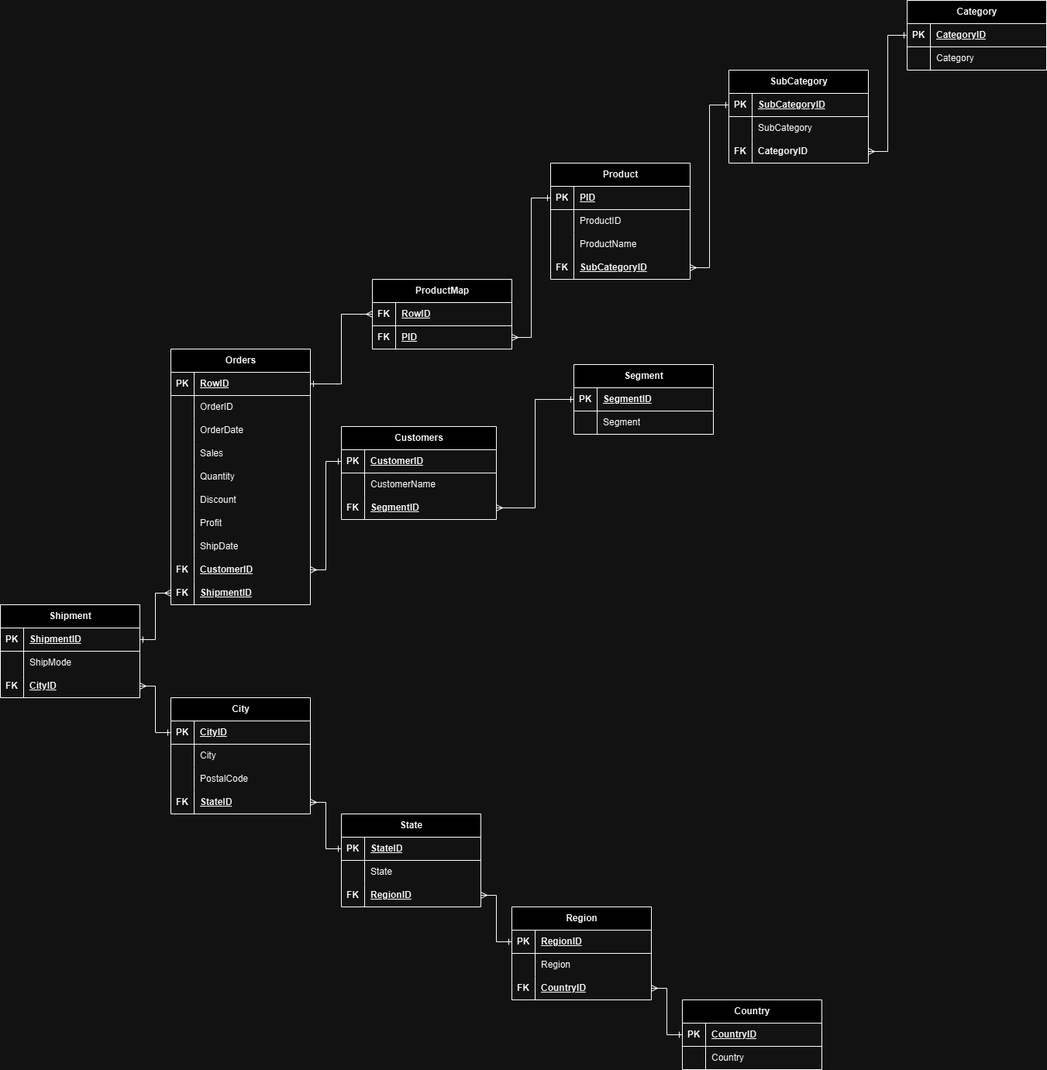
The-DigitalAcademy/superstore_dataset_analysis keeps this draw.io diagram as superstore_erd.png. Above is the earlier version. Source tidied: cells renumbered, new cells last; positions are measured from the earlier drawing's top-left corner, leaving out a move shared by most shapes.
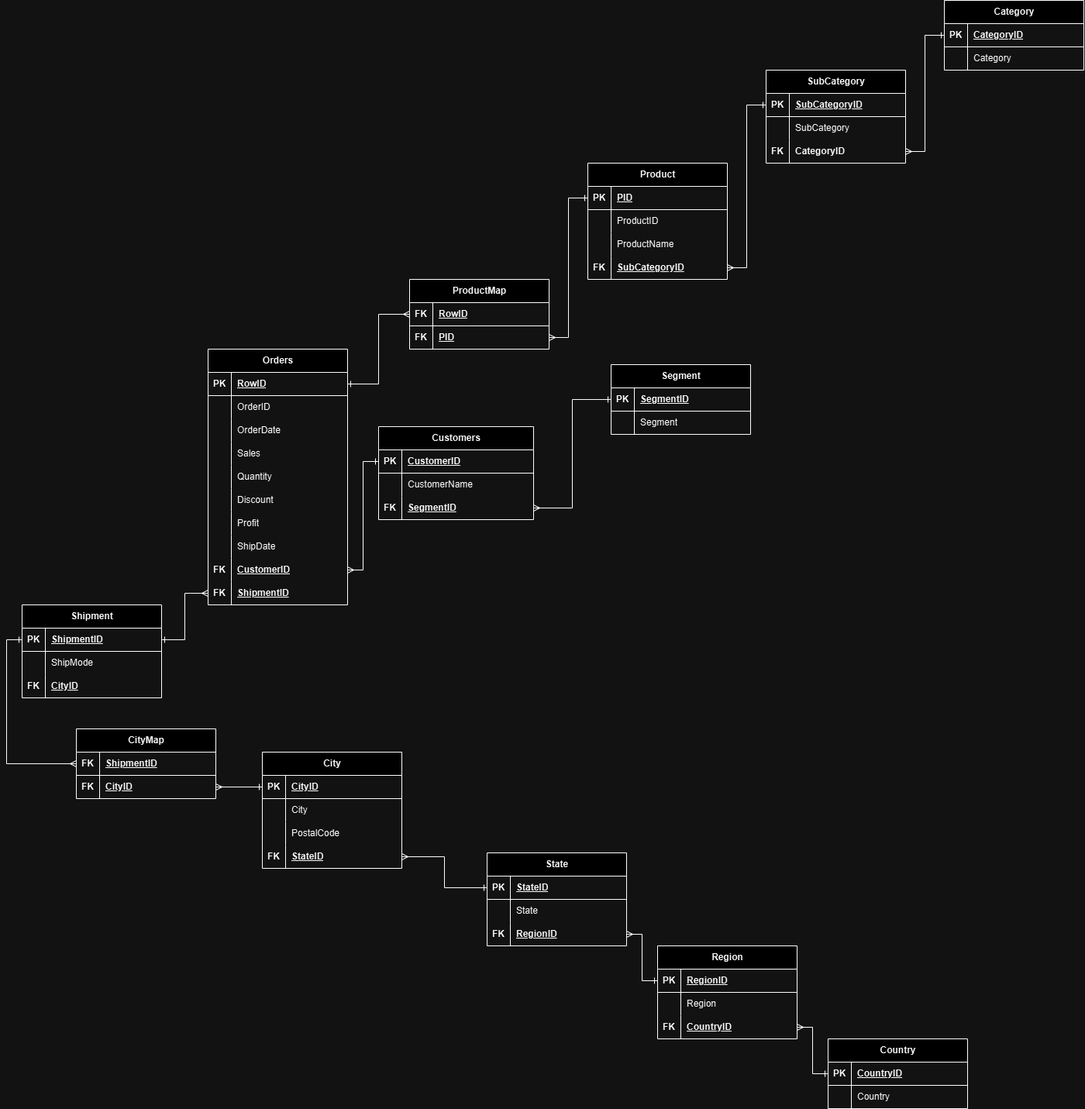
After the change.

The edit, as a diff of the source:
```diff
@@ -165,7 +165,7 @@
       <mxGeometry x="30" width="150" height="30" as="geometry" />
     </mxCell>
     <mxCell id="56" value="State" style="shape=table;startSize=30;rowLines=0;fontStyle=1;align=center;html=1;" parent="1" vertex="1">
-      <mxGeometry x="440" y="1050" width="180" height="120" as="geometry" />
+      <mxGeometry x="580" y="1100" width="180" height="120" as="geometry" />
     </mxCell>
     <mxCell id="57" style="shape=tableRow;horizontal=0;startSize=0;swimlaneHead=0;swimlaneBody=0;fillColor=none;points=[[0,0.5],[1,0.5]];portConstraint=eastwest;top=0;left=0;right=0;bottom=1;" parent="56" vertex="1">
       <mxGeometry y="30" width="180" height="30" as="geometry" />
@@ -195,7 +195,7 @@
       <mxGeometry x="30" width="150" height="30" as="geometry" />
     </mxCell>
     <mxCell id="66" value="Region" style="shape=table;startSize=30;rowLines=0;fontStyle=1;align=center;html=1;" parent="1" vertex="1">
-      <mxGeometry x="660" y="1170" width="180" height="120" as="geometry" />
+      <mxGeometry x="800" y="1220" width="180" height="120" as="geometry" />
     </mxCell>
     <mxCell id="67" style="shape=tableRow;horizontal=0;startSize=0;swimlaneHead=0;swimlaneBody=0;fillColor=none;points=[[0,0.5],[1,0.5]];portConstraint=eastwest;top=0;left=0;right=0;bottom=1;" parent="66" vertex="1">
       <mxGeometry y="30" width="180" height="30" as="geometry" />
@@ -225,7 +225,7 @@
       <mxGeometry x="30" width="150" height="30" as="geometry" />
     </mxCell>
     <mxCell id="76" value="Shipment" style="shape=table;startSize=30;rowLines=0;fontStyle=1;align=center;html=1;" parent="1" vertex="1">
-      <mxGeometry y="780" width="180" height="120" as="geometry" />
+      <mxGeometry x="-20" y="780" width="180" height="120" as="geometry" />
     </mxCell>
     <mxCell id="77" style="shape=tableRow;horizontal=0;startSize=0;swimlaneHead=0;swimlaneBody=0;fillColor=none;points=[[0,0.5],[1,0.5]];portConstraint=eastwest;top=0;left=0;right=0;bottom=1;" parent="76" vertex="1">
       <mxGeometry y="30" width="180" height="30" as="geometry" />
@@ -276,7 +276,7 @@
       <mxGeometry x="30" width="150" height="30" as="geometry" />
     </mxCell>
     <mxCell id="93" value="City" style="shape=table;startSize=30;rowLines=0;fontStyle=1;align=center;html=1;" parent="1" vertex="1">
-      <mxGeometry x="220" y="900" width="180" height="150" as="geometry" />
+      <mxGeometry x="290" y="970" width="180" height="150" as="geometry" />
     </mxCell>
     <mxCell id="94" style="shape=tableRow;horizontal=0;startSize=0;swimlaneHead=0;swimlaneBody=0;fillColor=none;points=[[0,0.5],[1,0.5]];portConstraint=eastwest;top=0;left=0;right=0;bottom=1;" parent="93" vertex="1">
       <mxGeometry y="30" width="180" height="30" as="geometry" />
@@ -387,7 +387,7 @@
       <mxGeometry x="30" width="150" height="30" as="geometry" />
     </mxCell>
     <mxCell id="130" value="Country" style="shape=table;startSize=30;rowLines=0;fontStyle=1;align=center;html=1;" parent="1" vertex="1">
-      <mxGeometry x="880" y="1290" width="180" height="90" as="geometry" />
+      <mxGeometry x="1020" y="1340" width="180" height="90" as="geometry" />
     </mxCell>
     <mxCell id="131" style="shape=tableRow;horizontal=0;startSize=0;swimlaneHead=0;swimlaneBody=0;fillColor=none;points=[[0,0.5],[1,0.5]];portConstraint=eastwest;top=0;left=0;right=0;bottom=1;" parent="130" vertex="1">
       <mxGeometry y="30" width="180" height="30" as="geometry" />
@@ -422,9 +422,6 @@
     <mxCell id="141" style="edgeStyle=orthogonalEdgeStyle;rounded=0;jettySize=auto;html=1;exitX=0;exitY=0.5;exitDx=0;exitDy=0;entryX=1;entryY=0.5;entryDx=0;entryDy=0;endArrow=ERmany;endFill=0;startArrow=ERone;startFill=0;" parent="1" edge="1" source="3" target="37">
       <mxGeometry relative="1" as="geometry" />
     </mxCell>
-    <mxCell id="142" style="edgeStyle=orthogonalEdgeStyle;rounded=0;jettySize=auto;html=1;exitX=1;exitY=0.5;exitDx=0;exitDy=0;entryX=0;entryY=0.5;entryDx=0;entryDy=0;endArrow=ERmany;endFill=0;startArrow=ERone;startFill=0;" parent="1" edge="1" source="77" target="40">
-      <mxGeometry relative="1" as="geometry" />
-    </mxCell>
     <mxCell id="143" style="edgeStyle=orthogonalEdgeStyle;rounded=0;jettySize=auto;html=1;exitX=1;exitY=0.5;exitDx=0;exitDy=0;entryX=0;entryY=0.5;entryDx=0;entryDy=0;endArrow=ERmany;endFill=0;startArrow=ERone;startFill=0;" parent="1" edge="1" source="13" target="124">
       <mxGeometry relative="1" as="geometry" />
     </mxCell>
@@ -437,8 +434,35 @@
     <mxCell id="146" style="edgeStyle=orthogonalEdgeStyle;rounded=0;jettySize=auto;html=1;exitX=0;exitY=0.5;exitDx=0;exitDy=0;entryX=1;entryY=0.5;entryDx=0;entryDy=0;endArrow=ERmany;endFill=0;startArrow=ERone;startFill=0;" parent="1" edge="1" source="107" target="120">
       <mxGeometry relative="1" as="geometry" />
     </mxCell>
-    <mxCell id="147" style="edgeStyle=orthogonalEdgeStyle;rounded=0;jettySize=auto;html=1;exitX=0;exitY=0.5;exitDx=0;exitDy=0;entryX=1;entryY=0.5;entryDx=0;entryDy=0;endArrow=ERmany;endFill=0;startArrow=ERone;startFill=0;" parent="1" edge="1" source="94" target="83">
-      <mxGeometry relative="1" as="geometry" />
-    </mxCell>
+    <mxCell id="148" value="CityMap" style="shape=table;startSize=30;rowLines=0;fontStyle=1;align=center;html=1;" parent="1" vertex="1">
+      <mxGeometry x="50" y="940" width="180" height="90" as="geometry" />
+    </mxCell>
+    <mxCell id="149" style="shape=tableRow;horizontal=0;startSize=0;swimlaneHead=0;swimlaneBody=0;fillColor=none;points=[[0,0.5],[1,0.5]];portConstraint=eastwest;top=0;left=0;right=0;bottom=1;" parent="148" vertex="1">
+      <mxGeometry y="30" width="180" height="30" as="geometry" />
+    </mxCell>
+    <mxCell id="150" value="FK" style="shape=partialRectangle;fillColor=none;top=0;left=0;bottom=0;right=0;fontStyle=1;overflow=hidden;whiteSpace=wrap;html=1;" parent="149" vertex="1">
+      <mxGeometry width="30" height="30" as="geometry" />
+    </mxCell>
+    <mxCell id="151" value="ShipmentID" style="shape=partialRectangle;fillColor=none;top=0;left=0;bottom=0;right=0;align=left;spacingLeft=6;fontStyle=5;overflow=hidden;whiteSpace=wrap;html=1;" parent="149" vertex="1">
+      <mxGeometry x="30" width="150" height="30" as="geometry" />
+    </mxCell>
+    <mxCell id="152" style="shape=tableRow;horizontal=0;startSize=0;swimlaneHead=0;swimlaneBody=0;fillColor=none;points=[[0,0.5],[1,0.5]];portConstraint=eastwest;top=0;left=0;right=0;bottom=0;" parent="148" vertex="1">
+      <mxGeometry y="60" width="180" height="30" as="geometry" />
+    </mxCell>
+    <mxCell id="153" value="&lt;b&gt;FK&lt;/b&gt;" style="shape=partialRectangle;fillColor=none;top=0;left=0;bottom=0;right=0;overflow=hidden;whiteSpace=wrap;html=1;" parent="152" vertex="1">
+      <mxGeometry width="30" height="30" as="geometry" />
+    </mxCell>
+    <mxCell id="154" value="&lt;b&gt;&lt;u&gt;CityID&lt;/u&gt;&lt;/b&gt;" style="shape=partialRectangle;fillColor=none;top=0;left=0;bottom=0;right=0;align=left;spacingLeft=6;overflow=hidden;whiteSpace=wrap;html=1;" parent="152" vertex="1">
+      <mxGeometry x="30" width="150" height="30" as="geometry" />
+    </mxCell>
+    <mxCell id="142" style="edgeStyle=orthogonalEdgeStyle;rounded=0;jettySize=auto;html=1;exitX=1;exitY=0.5;exitDx=0;exitDy=0;entryX=0;entryY=0.5;entryDx=0;entryDy=0;endArrow=ERmany;endFill=0;startArrow=ERone;startFill=0;" parent="1" edge="1" source="77" target="40">
+      <mxGeometry relative="1" as="geometry" />
+    </mxCell>
+    <mxCell id="155" style="edgeStyle=orthogonalEdgeStyle;rounded=0;jettySize=auto;html=1;exitX=0;exitY=0.5;exitDx=0;exitDy=0;startArrow=ERone;startFill=0;endArrow=ERmany;endFill=0;" parent="1" edge="1" source="77" target="149">
+      <mxGeometry relative="1" as="geometry" />
+    </mxCell>
+    <mxCell id="156" style="edgeStyle=orthogonalEdgeStyle;rounded=0;jettySize=auto;html=1;exitX=0;exitY=0.5;exitDx=0;exitDy=0;endArrow=ERmany;endFill=0;startArrow=ERone;startFill=0;" parent="1" edge="1" source="94" target="152">
+      <mxGeometry relative="1" as="geometry" />
+    </mxCell>
   </root>
 </mxGraphModel>
```
